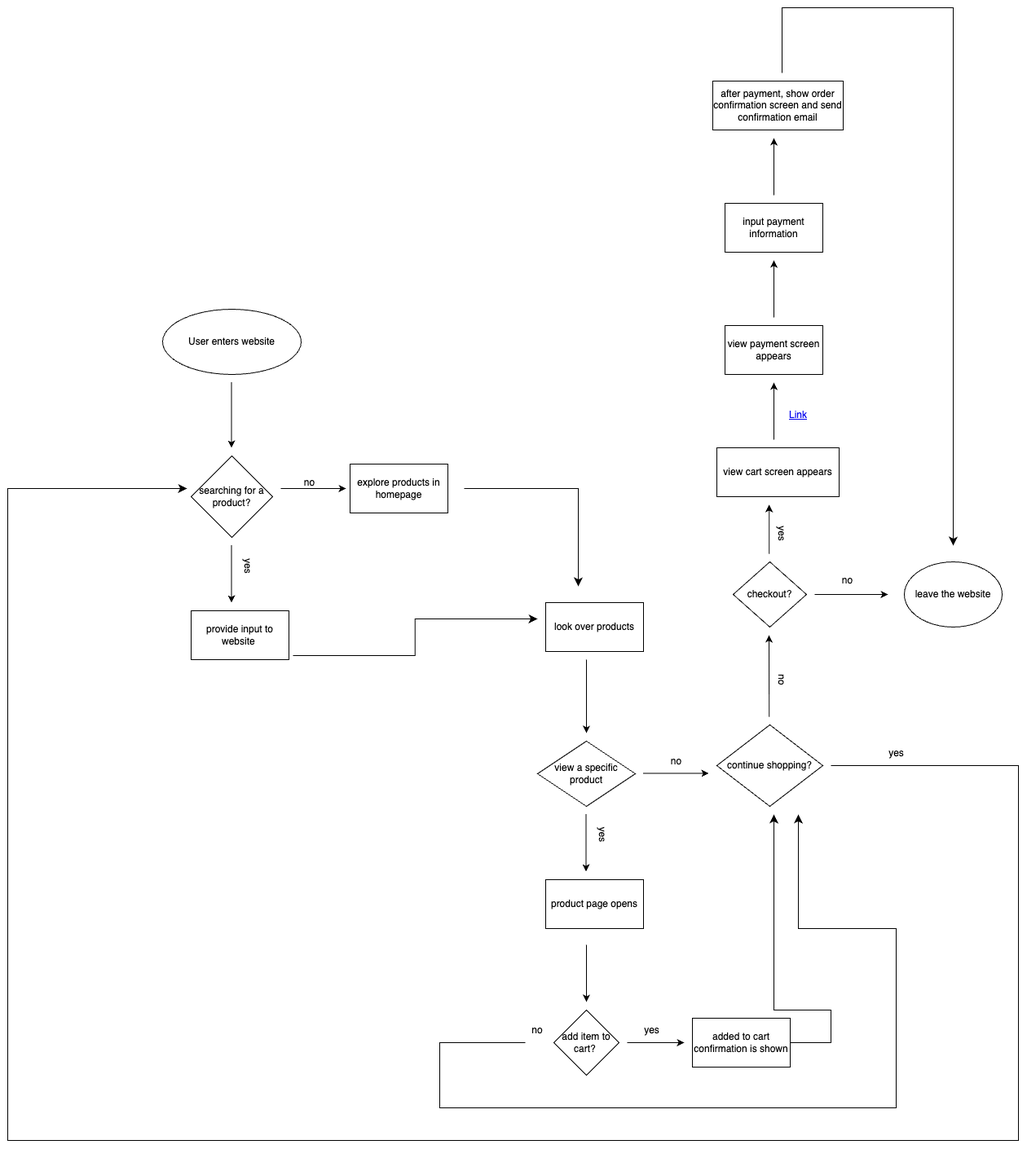
Before: explore/diagramming/diagram.drawio.png, a diagram exported from draw.io (Anchita-455/sp26-cse110-lab4). Source tidied: cells renumbered, new cells last; positions are measured from the earlier drawing's top-left corner, leaving out a move shared by most shapes. The source it was exported from:
```xml
<mxGraphModel>
  <root>
    <mxCell id="0" />
    <mxCell id="1" parent="0" />
    <mxCell id="2" value="User enters website" style="ellipse;whiteSpace=wrap;html=1;" parent="1" vertex="1">
      <mxGeometry x="190" y="370" width="170" height="80" as="geometry" />
    </mxCell>
    <mxCell id="3" value="searching for a product?" style="rhombus;whiteSpace=wrap;html=1;" parent="1" vertex="1">
      <mxGeometry x="225" y="550" width="100" height="100" as="geometry" />
    </mxCell>
    <mxCell id="4" style="endArrow=classic;html=1;" parent="1" edge="1">
      <mxGeometry relative="1" as="geometry">
        <mxPoint x="274.5" y="460" as="sourcePoint" />
        <mxPoint x="274.5" y="540" as="targetPoint" />
      </mxGeometry>
    </mxCell>
    <mxCell id="5" style="endArrow=classic;html=1;" parent="1" edge="1">
      <mxGeometry relative="1" as="geometry">
        <mxPoint x="274.5" y="660" as="sourcePoint" />
        <mxPoint x="274.5" y="730" as="targetPoint" />
      </mxGeometry>
    </mxCell>
    <mxCell id="6" value="yes" style="text;html=1;align=center;verticalAlign=middle;strokeColor=none;fillColor=none;rotation=90;" parent="1" vertex="1">
      <mxGeometry x="275" y="670" width="40" height="30" as="geometry" />
    </mxCell>
    <mxCell id="7" style="endArrow=classic;html=1;" parent="1" edge="1">
      <mxGeometry relative="1" as="geometry">
        <mxPoint x="335" y="590" as="sourcePoint" />
        <mxPoint x="415" y="590" as="targetPoint" />
      </mxGeometry>
    </mxCell>
    <mxCell id="8" value="no" style="text;html=1;align=center;verticalAlign=middle;strokeColor=none;fillColor=none;" parent="1" vertex="1">
      <mxGeometry x="350" y="568" width="40" height="30" as="geometry" />
    </mxCell>
    <mxCell id="9" value="explore products in homepage" style="rounded=0;whiteSpace=wrap;html=1;" parent="1" vertex="1">
      <mxGeometry x="420" y="560" width="120" height="60" as="geometry" />
    </mxCell>
    <mxCell id="10" value="provide input to website&amp;nbsp;" style="rounded=0;whiteSpace=wrap;html=1;" parent="1" vertex="1">
      <mxGeometry x="225" y="740" width="120" height="60" as="geometry" />
    </mxCell>
    <mxCell id="11" style="edgeStyle=elbowEdgeStyle;elbow=horizontal;endArrow=classic;html=1;curved=0;rounded=0;endSize=8;startSize=8;" parent="1" edge="1">
      <mxGeometry relative="1" as="geometry">
        <mxPoint x="350" y="795" as="sourcePoint" />
        <mxPoint x="650" y="750" as="targetPoint" />
      </mxGeometry>
    </mxCell>
    <mxCell id="12" style="edgeStyle=segmentEdgeStyle;endArrow=classic;html=1;curved=0;rounded=0;endSize=8;startSize=8;" parent="1" edge="1">
      <mxGeometry relative="1" as="geometry">
        <mxPoint x="560" y="590" as="sourcePoint" />
        <mxPoint x="700" y="710" as="targetPoint" />
        <Array as="points">
          <mxPoint x="700" y="590" />
          <mxPoint x="700" y="670" />
        </Array>
      </mxGeometry>
    </mxCell>
    <mxCell id="13" value="look over products" style="rounded=0;whiteSpace=wrap;html=1;" parent="1" vertex="1">
      <mxGeometry x="660" y="730" width="120" height="60" as="geometry" />
    </mxCell>
    <mxCell id="14" style="endArrow=classic;html=1;" parent="1" edge="1">
      <mxGeometry relative="1" as="geometry">
        <mxPoint x="710" y="800" as="sourcePoint" />
        <mxPoint x="710" y="890" as="targetPoint" />
      </mxGeometry>
    </mxCell>
    <mxCell id="15" value="view a specific product" style="rhombus;whiteSpace=wrap;html=1;" parent="1" vertex="1">
      <mxGeometry x="650" y="900" width="120" height="80" as="geometry" />
    </mxCell>
    <mxCell id="16" style="endArrow=classic;html=1;" parent="1" edge="1">
      <mxGeometry relative="1" as="geometry">
        <mxPoint x="780" y="939.5" as="sourcePoint" />
        <mxPoint x="860" y="939.5" as="targetPoint" />
      </mxGeometry>
    </mxCell>
    <mxCell id="17" value="no" style="text;html=1;align=center;verticalAlign=middle;strokeColor=none;fillColor=none;" parent="1" vertex="1">
      <mxGeometry x="800" y="910" width="40" height="30" as="geometry" />
    </mxCell>
    <mxCell id="18" style="endArrow=classic;html=1;" parent="1" edge="1">
      <mxGeometry relative="1" as="geometry">
        <mxPoint x="709.5" y="990" as="sourcePoint" />
        <mxPoint x="709.5" y="1060" as="targetPoint" />
      </mxGeometry>
    </mxCell>
    <mxCell id="19" value="yes" style="text;html=1;align=center;verticalAlign=middle;whiteSpace=wrap;rounded=0;rotation=90;" parent="1" vertex="1">
      <mxGeometry x="700" y="1000" width="60" height="30" as="geometry" />
    </mxCell>
    <mxCell id="20" value="product page opens" style="rounded=0;whiteSpace=wrap;html=1;" parent="1" vertex="1">
      <mxGeometry x="660" y="1070" width="120" height="60" as="geometry" />
    </mxCell>
    <mxCell id="21" style="endArrow=classic;html=1;" parent="1" edge="1">
      <mxGeometry relative="1" as="geometry">
        <mxPoint x="710" y="1150" as="sourcePoint" />
        <mxPoint x="710" y="1220" as="targetPoint" />
      </mxGeometry>
    </mxCell>
    <mxCell id="22" value="add item to cart?&amp;nbsp;" style="rhombus;whiteSpace=wrap;html=1;" parent="1" vertex="1">
      <mxGeometry x="670" y="1230" width="80" height="80" as="geometry" />
    </mxCell>
    <mxCell id="23" style="endArrow=classic;html=1;" parent="1" edge="1">
      <mxGeometry relative="1" as="geometry">
        <mxPoint x="760" y="1270" as="sourcePoint" />
        <mxPoint x="830" y="1270" as="targetPoint" />
      </mxGeometry>
    </mxCell>
    <mxCell id="24" value="added to cart confirmation is shown" style="rounded=0;whiteSpace=wrap;html=1;" parent="1" vertex="1">
      <mxGeometry x="840" y="1240" width="120" height="60" as="geometry" />
    </mxCell>
    <mxCell id="25" value="yes" style="text;html=1;align=center;verticalAlign=middle;strokeColor=none;fillColor=none;" parent="1" vertex="1">
      <mxGeometry x="770" y="1240" width="40" height="30" as="geometry" />
    </mxCell>
    <mxCell id="26" value="continue shopping?" style="rhombus;whiteSpace=wrap;html=1;" parent="1" vertex="1">
      <mxGeometry x="870" y="880" width="130" height="100" as="geometry" />
    </mxCell>
    <mxCell id="27" style="edgeStyle=segmentEdgeStyle;endArrow=classic;html=1;curved=0;rounded=0;endSize=8;startSize=8;" parent="1" edge="1">
      <mxGeometry relative="1" as="geometry">
        <mxPoint x="960" y="1270" as="sourcePoint" />
        <mxPoint x="940" y="990" as="targetPoint" />
        <Array as="points">
          <mxPoint x="1010" y="1270" />
          <mxPoint x="1010" y="1230" />
          <mxPoint x="940" y="1230" />
        </Array>
      </mxGeometry>
    </mxCell>
    <mxCell id="28" value="no" style="text;html=1;align=center;verticalAlign=middle;whiteSpace=wrap;rounded=0;" parent="1" vertex="1">
      <mxGeometry x="620" y="1240" width="60" height="30" as="geometry" />
    </mxCell>
    <mxCell id="29" style="edgeStyle=segmentEdgeStyle;endArrow=classic;html=1;curved=0;rounded=0;endSize=8;startSize=8;" parent="1" edge="1">
      <mxGeometry relative="1" as="geometry">
        <mxPoint x="1010" y="930" as="sourcePoint" />
        <mxPoint x="220" y="590" as="targetPoint" />
        <Array as="points">
          <mxPoint x="1240" y="930" />
          <mxPoint x="1240" y="1390" />
          <mxPoint y="1390" />
          <mxPoint y="590" />
        </Array>
      </mxGeometry>
    </mxCell>
    <mxCell id="30" value="yes" style="text;html=1;align=center;verticalAlign=middle;strokeColor=none;fillColor=none;" parent="1" vertex="1">
      <mxGeometry x="1070" y="900" width="40" height="30" as="geometry" />
    </mxCell>
    <mxCell id="31" style="edgeStyle=segmentEdgeStyle;endArrow=classic;html=1;curved=0;rounded=0;endSize=8;startSize=8;exitX=0.25;exitY=1;exitDx=0;exitDy=0;" parent="1" edge="1" source="28">
      <mxGeometry relative="1" as="geometry">
        <mxPoint x="970" y="990" as="targetPoint" />
        <Array as="points">
          <mxPoint x="530" y="1270" />
          <mxPoint x="530" y="1350" />
          <mxPoint x="1090" y="1350" />
          <mxPoint x="1090" y="1130" />
        </Array>
      </mxGeometry>
    </mxCell>
    <mxCell id="32" style="endArrow=classic;html=1;" parent="1" edge="1">
      <mxGeometry relative="1" as="geometry">
        <mxPoint x="934.2" y="870" as="sourcePoint" />
        <mxPoint x="934" y="770" as="targetPoint" />
      </mxGeometry>
    </mxCell>
    <mxCell id="33" value="no" style="text;html=1;align=center;verticalAlign=middle;whiteSpace=wrap;rounded=0;rotation=90;" parent="1" vertex="1">
      <mxGeometry x="920" y="810" width="60" height="30" as="geometry" />
    </mxCell>
    <mxCell id="34" value="checkout?" style="rhombus;whiteSpace=wrap;html=1;" parent="1" vertex="1">
      <mxGeometry x="890" y="680" width="90" height="80" as="geometry" />
    </mxCell>
    <mxCell id="35" style="endArrow=classic;html=1;" parent="1" edge="1">
      <mxGeometry relative="1" as="geometry">
        <mxPoint x="990" y="720" as="sourcePoint" />
        <mxPoint x="1080" y="720" as="targetPoint" />
      </mxGeometry>
    </mxCell>
    <mxCell id="36" value="no" style="text;html=1;align=center;verticalAlign=middle;strokeColor=none;fillColor=none;" parent="1" vertex="1">
      <mxGeometry x="1010" y="688" width="40" height="30" as="geometry" />
    </mxCell>
    <mxCell id="37" style="endArrow=classic;html=1;" parent="1" edge="1">
      <mxGeometry relative="1" as="geometry">
        <mxPoint x="934.2" y="670" as="sourcePoint" />
        <mxPoint x="934.2" y="610" as="targetPoint" />
      </mxGeometry>
    </mxCell>
    <mxCell id="38" value="yes" style="text;html=1;align=center;verticalAlign=middle;strokeColor=none;fillColor=none;rotation=90;" parent="1" vertex="1">
      <mxGeometry x="930" y="630" width="40" height="30" as="geometry" />
    </mxCell>
    <mxCell id="39" value="view cart screen appears" style="rounded=0;whiteSpace=wrap;html=1;" parent="1" vertex="1">
      <mxGeometry x="870" y="540" width="150" height="60" as="geometry" />
    </mxCell>
    <mxCell id="40" style="endArrow=classic;html=1;" parent="1" edge="1">
      <mxGeometry relative="1" as="geometry">
        <mxPoint x="940" y="530" as="sourcePoint" />
        <mxPoint x="940" y="460" as="targetPoint" />
      </mxGeometry>
    </mxCell>
    <mxCell id="41" value="view payment screen appears" style="rounded=0;whiteSpace=wrap;html=1;" parent="1" vertex="1">
      <mxGeometry x="880" y="390" width="120" height="60" as="geometry" />
    </mxCell>
    <mxCell id="42" style="endArrow=classic;html=1;" parent="1" edge="1">
      <mxGeometry relative="1" as="geometry">
        <mxPoint x="940" y="380" as="sourcePoint" />
        <mxPoint x="940" y="310" as="targetPoint" />
      </mxGeometry>
    </mxCell>
    <mxCell id="43" value="input payment information" style="rounded=0;whiteSpace=wrap;html=1;" parent="1" vertex="1">
      <mxGeometry x="880" y="240" width="120" height="60" as="geometry" />
    </mxCell>
    <mxCell id="44" style="endArrow=classic;html=1;" parent="1" edge="1">
      <mxGeometry relative="1" as="geometry">
        <mxPoint x="940" y="230" as="sourcePoint" />
        <mxPoint x="940" y="160" as="targetPoint" />
      </mxGeometry>
    </mxCell>
    <mxCell id="45" value="after payment, show order confirmation screen and send confirmation email" style="rounded=0;whiteSpace=wrap;html=1;" parent="1" vertex="1">
      <mxGeometry x="865" y="90" width="160" height="60" as="geometry" />
    </mxCell>
    <mxCell id="46" style="edgeStyle=segmentEdgeStyle;endArrow=classic;html=1;curved=0;rounded=0;endSize=8;startSize=8;" parent="1" edge="1">
      <mxGeometry relative="1" as="geometry">
        <mxPoint x="950" y="80" as="sourcePoint" />
        <mxPoint x="1160" y="660" as="targetPoint" />
        <Array as="points">
          <mxPoint x="950" />
        </Array>
      </mxGeometry>
    </mxCell>
    <mxCell id="47" value="Link" style="text;html=1;strokeColor=none;fillColor=none;whiteSpace=wrap;align=center;verticalAlign=middle;fontColor=#0000EE;fontStyle=4;" parent="1" vertex="1">
      <mxGeometry x="940" y="480" width="60" height="40" as="geometry" />
    </mxCell>
    <mxCell id="48" value="leave the website" style="ellipse;whiteSpace=wrap;html=1;" parent="1" vertex="1">
      <mxGeometry x="1100" y="680" width="120" height="80" as="geometry" />
    </mxCell>
  </root>
</mxGraphModel>
```
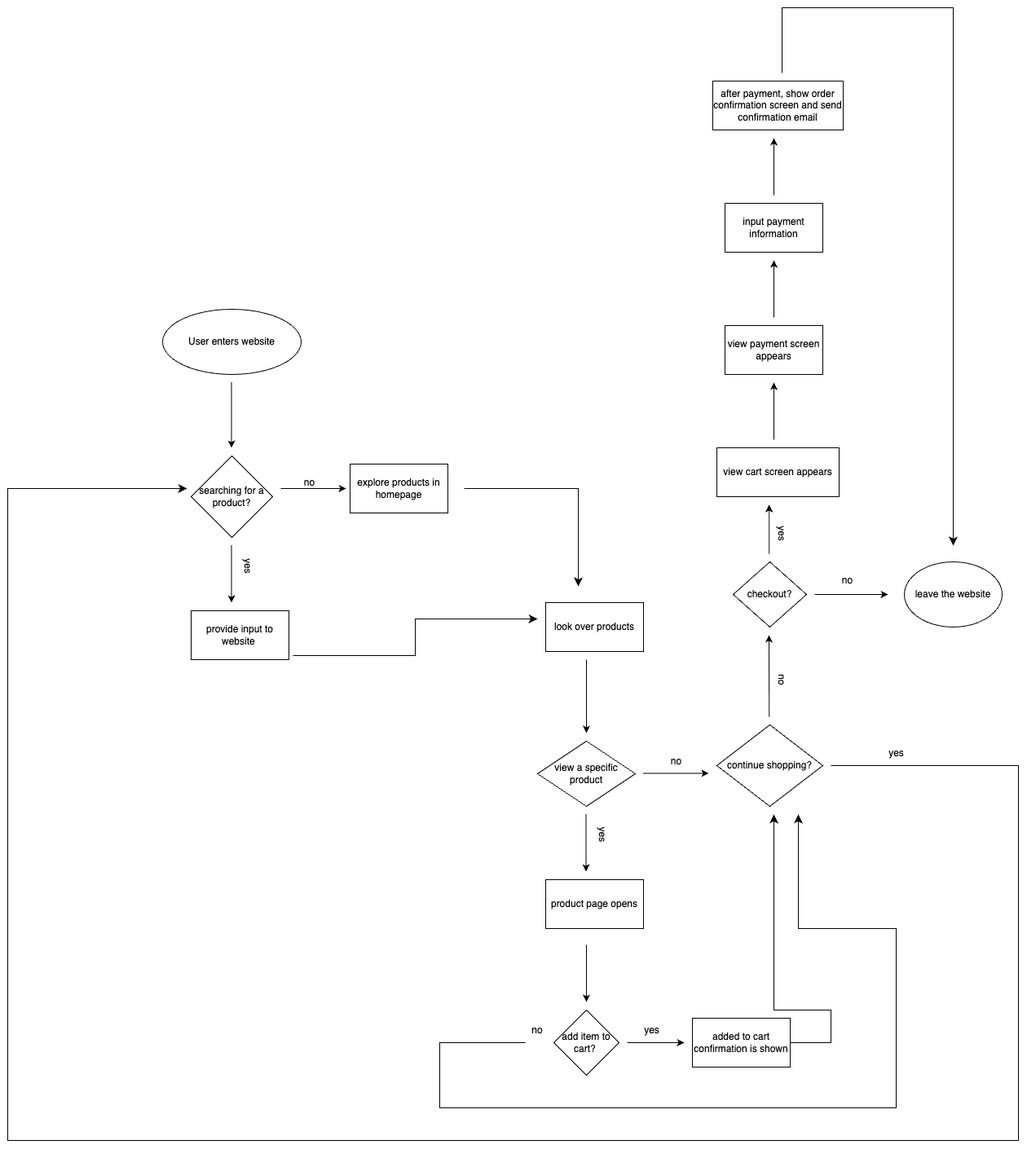
After the commit.

The edit, as a diff of the source:
```diff
@@ -220,9 +220,6 @@
         </Array>
       </mxGeometry>
     </mxCell>
-    <mxCell id="47" value="Link" style="text;html=1;strokeColor=none;fillColor=none;whiteSpace=wrap;align=center;verticalAlign=middle;fontColor=#0000EE;fontStyle=4;" parent="1" vertex="1">
-      <mxGeometry x="940" y="480" width="60" height="40" as="geometry" />
-    </mxCell>
     <mxCell id="48" value="leave the website" style="ellipse;whiteSpace=wrap;html=1;" parent="1" vertex="1">
       <mxGeometry x="1100" y="680" width="120" height="80" as="geometry" />
     </mxCell>
```
